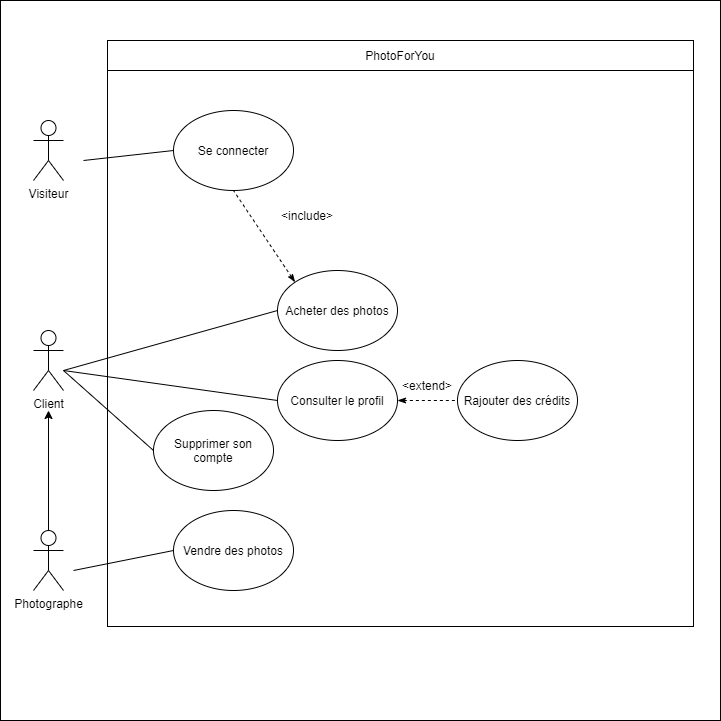
cmoynard/photoforyou keeps this draw.io diagram as images/readme/CasUtilisation.png. Above is the earlier version. Source tidied: cells renumbered, new cells last; positions are measured from the earlier drawing's top-left corner, leaving out a move shared by most shapes.
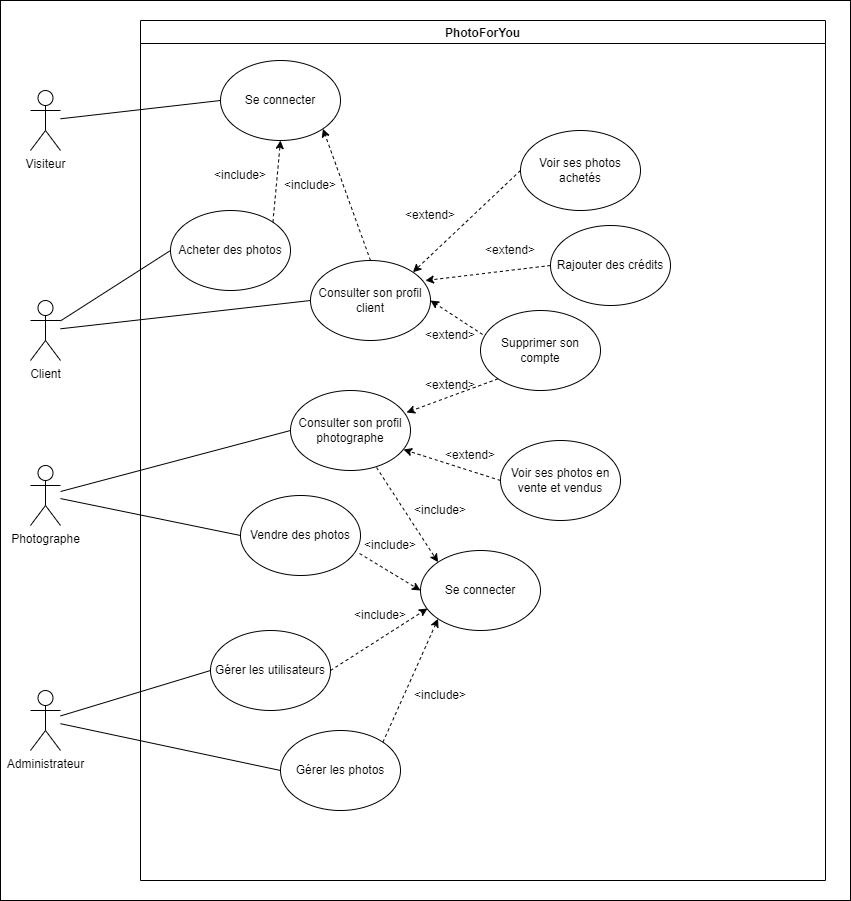
After the change.

Change to the diagram source:
```diff
@@ -1,86 +1,147 @@
 <mxGraphModel>
   <root>
-    <mxCell id="0" />
-    <mxCell id="1" parent="0" />
-    <mxCell id="2" style="whiteSpace=wrap;html=1;" parent="1" vertex="1">
-      <mxGeometry width="720" height="720" as="geometry" />
-    </mxCell>
-    <mxCell id="3" style="whiteSpace=wrap;html=1;" parent="1" vertex="1">
-      <mxGeometry x="107" y="40" width="586" height="586" as="geometry" />
-    </mxCell>
+    <mxCell id="24" />
+    <mxCell id="25" parent="24" />
+    <mxCell id="26" style="rounded=0;whiteSpace=wrap;html=1;" parent="25" vertex="1">
+      <mxGeometry x="13" y="-20" width="850" height="900" as="geometry" />
+    </mxCell>
+    <mxCell id="21" value="PhotoForYou" style="swimlane;" parent="25" vertex="1">
+      <mxGeometry x="153" width="685" height="860" as="geometry" />
+    </mxCell>
+    <mxCell id="27" value="Se connecter" style="ellipse;whiteSpace=wrap;html=1;" parent="21" vertex="1">
+      <mxGeometry x="80" y="40" width="120" height="80" as="geometry" />
+    </mxCell>
+    <mxCell id="28" value="Consulter son profil client" style="ellipse;whiteSpace=wrap;html=1;" parent="21" vertex="1">
+      <mxGeometry x="170" y="240" width="120" height="80" as="geometry" />
+    </mxCell>
+    <mxCell id="10" value="Acheter des photos" style="ellipse;whiteSpace=wrap;html=1;" parent="21" vertex="1">
+      <mxGeometry x="30" y="190" width="120" height="80" as="geometry" />
+    </mxCell>
+    <mxCell id="29" value="Voir ses photos achetés" style="ellipse;whiteSpace=wrap;html=1;" parent="21" vertex="1">
+      <mxGeometry x="380" y="110" width="120" height="80" as="geometry" />
+    </mxCell>
+    <mxCell id="12" value="Rajouter des crédits" style="ellipse;whiteSpace=wrap;html=1;" parent="21" vertex="1">
+      <mxGeometry x="410" y="205" width="120" height="80" as="geometry" />
+    </mxCell>
+    <mxCell id="30" style="endArrow=classic;dashed=1;html=1;rounded=0;endFill=1;entryX=0.5;entryY=1;entryDx=0;entryDy=0;exitX=1;exitY=0;exitDx=0;exitDy=0;" parent="21" edge="1" source="10" target="27">
+      <mxGeometry relative="1" as="geometry" />
+    </mxCell>
+    <mxCell id="31" value="&amp;lt;include&amp;gt;" style="text;html=1;strokeColor=none;fillColor=none;align=center;verticalAlign=middle;whiteSpace=wrap;rounded=0;" parent="21" vertex="1">
+      <mxGeometry x="70" y="140" width="60" height="30" as="geometry" />
+    </mxCell>
+    <mxCell id="22" value="Supprimer son compte" style="ellipse;whiteSpace=wrap;html=1;" parent="21" vertex="1">
+      <mxGeometry x="340" y="290" width="120" height="80" as="geometry" />
+    </mxCell>
+    <mxCell id="32" style="endArrow=classic;dashed=1;html=1;rounded=0;endFill=1;entryX=1;entryY=1;entryDx=0;entryDy=0;exitX=0.5;exitY=0;exitDx=0;exitDy=0;" parent="21" edge="1" source="28" target="27">
+      <mxGeometry relative="1" as="geometry" />
+    </mxCell>
+    <mxCell id="33" value="&amp;lt;include&amp;gt;" style="text;html=1;strokeColor=none;fillColor=none;align=center;verticalAlign=middle;whiteSpace=wrap;rounded=0;" parent="21" vertex="1">
+      <mxGeometry x="140" y="150" width="60" height="30" as="geometry" />
+    </mxCell>
+    <mxCell id="34" style="endArrow=classic;dashed=1;html=1;rounded=0;endFill=1;exitX=0;exitY=0.5;exitDx=0;exitDy=0;entryX=1;entryY=0;entryDx=0;entryDy=0;" parent="21" edge="1" source="29" target="28">
+      <mxGeometry relative="1" as="geometry" />
+    </mxCell>
+    <mxCell id="35" style="endArrow=classic;dashed=1;html=1;rounded=0;endFill=1;exitX=0;exitY=0.5;exitDx=0;exitDy=0;entryX=0.958;entryY=0.25;entryDx=0;entryDy=0;entryPerimeter=0;" parent="21" edge="1" source="12" target="28">
+      <mxGeometry relative="1" as="geometry" />
+    </mxCell>
+    <mxCell id="36" style="endArrow=classic;dashed=1;html=1;rounded=0;endFill=1;exitX=0.017;exitY=0.3;exitDx=0;exitDy=0;entryX=1;entryY=0.5;entryDx=0;entryDy=0;exitPerimeter=0;" parent="21" edge="1" source="22" target="28">
+      <mxGeometry relative="1" as="geometry" />
+    </mxCell>
+    <mxCell id="37" value="&amp;lt;extend&amp;gt;" style="text;html=1;strokeColor=none;fillColor=none;align=center;verticalAlign=middle;whiteSpace=wrap;rounded=0;" parent="21" vertex="1">
+      <mxGeometry x="280" y="300" width="60" height="30" as="geometry" />
+    </mxCell>
+    <mxCell id="38" value="&amp;lt;extend&amp;gt;" style="text;html=1;strokeColor=none;fillColor=none;align=center;verticalAlign=middle;whiteSpace=wrap;rounded=0;" parent="21" vertex="1">
+      <mxGeometry x="340" y="215" width="60" height="30" as="geometry" />
+    </mxCell>
+    <mxCell id="39" value="&amp;lt;extend&amp;gt;" style="text;html=1;strokeColor=none;fillColor=none;align=center;verticalAlign=middle;whiteSpace=wrap;rounded=0;" parent="21" vertex="1">
+      <mxGeometry x="260" y="180" width="60" height="30" as="geometry" />
+    </mxCell>
+    <mxCell id="40" value="Consulter son profil photographe" style="ellipse;whiteSpace=wrap;html=1;" parent="21" vertex="1">
+      <mxGeometry x="150" y="370" width="120" height="80" as="geometry" />
+    </mxCell>
+    <mxCell id="41" style="endArrow=classic;dashed=1;html=1;rounded=0;endFill=1;exitX=0;exitY=1;exitDx=0;exitDy=0;entryX=0.967;entryY=0.275;entryDx=0;entryDy=0;entryPerimeter=0;" parent="21" edge="1" source="22" target="40">
+      <mxGeometry relative="1" as="geometry" />
+    </mxCell>
+    <mxCell id="42" value="&amp;lt;extend&amp;gt;" style="text;html=1;strokeColor=none;fillColor=none;align=center;verticalAlign=middle;whiteSpace=wrap;rounded=0;" parent="21" vertex="1">
+      <mxGeometry x="280" y="350" width="60" height="30" as="geometry" />
+    </mxCell>
+    <mxCell id="43" value="Voir ses photos en vente et vendus" style="ellipse;whiteSpace=wrap;html=1;" parent="21" vertex="1">
+      <mxGeometry x="360" y="420" width="120" height="80" as="geometry" />
+    </mxCell>
+    <mxCell id="44" style="endArrow=classic;dashed=1;html=1;rounded=0;endFill=1;exitX=0;exitY=0.5;exitDx=0;exitDy=0;entryX=0.942;entryY=0.738;entryDx=0;entryDy=0;entryPerimeter=0;" parent="21" edge="1" source="43" target="40">
+      <mxGeometry relative="1" as="geometry" />
+    </mxCell>
+    <mxCell id="45" value="&amp;lt;extend&amp;gt;" style="text;html=1;strokeColor=none;fillColor=none;align=center;verticalAlign=middle;whiteSpace=wrap;rounded=0;" parent="21" vertex="1">
+      <mxGeometry x="300" y="420" width="60" height="30" as="geometry" />
+    </mxCell>
+    <mxCell id="46" value="Se connecter" style="ellipse;whiteSpace=wrap;html=1;" parent="21" vertex="1">
+      <mxGeometry x="280" y="530" width="120" height="80" as="geometry" />
+    </mxCell>
+    <mxCell id="9" value="Vendre des photos" style="ellipse;whiteSpace=wrap;html=1;" parent="21" vertex="1">
+      <mxGeometry x="100" y="475" width="120" height="80" as="geometry" />
+    </mxCell>
+    <mxCell id="47" style="endArrow=classic;dashed=1;html=1;rounded=0;endFill=1;entryX=0;entryY=0.5;entryDx=0;entryDy=0;exitX=0.992;exitY=0.725;exitDx=0;exitDy=0;exitPerimeter=0;" parent="21" edge="1" source="9" target="46">
+      <mxGeometry relative="1" as="geometry" />
+    </mxCell>
+    <mxCell id="48" style="endArrow=classic;dashed=1;html=1;rounded=0;endFill=1;entryX=0;entryY=0;entryDx=0;entryDy=0;exitX=0.717;exitY=0.963;exitDx=0;exitDy=0;exitPerimeter=0;" parent="21" edge="1" source="40" target="46">
+      <mxGeometry relative="1" as="geometry" />
+    </mxCell>
+    <mxCell id="49" value="&amp;lt;include&amp;gt;" style="text;html=1;strokeColor=none;fillColor=none;align=center;verticalAlign=middle;whiteSpace=wrap;rounded=0;" parent="21" vertex="1">
+      <mxGeometry x="270" y="475" width="60" height="30" as="geometry" />
+    </mxCell>
+    <mxCell id="50" value="&amp;lt;include&amp;gt;" style="text;html=1;strokeColor=none;fillColor=none;align=center;verticalAlign=middle;whiteSpace=wrap;rounded=0;" parent="21" vertex="1">
+      <mxGeometry x="220" y="510" width="60" height="30" as="geometry" />
+    </mxCell>
+    <mxCell id="51" value="Gérer les utilisateurs" style="ellipse;whiteSpace=wrap;html=1;" parent="21" vertex="1">
+      <mxGeometry x="70" y="610" width="120" height="80" as="geometry" />
+    </mxCell>
+    <mxCell id="52" value="Gérer les photos" style="ellipse;whiteSpace=wrap;html=1;" parent="21" vertex="1">
+      <mxGeometry x="140" y="710" width="120" height="80" as="geometry" />
+    </mxCell>
+    <mxCell id="53" style="endArrow=classic;dashed=1;html=1;rounded=0;endFill=1;entryX=0.058;entryY=0.725;entryDx=0;entryDy=0;exitX=1;exitY=0.5;exitDx=0;exitDy=0;entryPerimeter=0;" parent="21" edge="1" source="51" target="46">
+      <mxGeometry relative="1" as="geometry" />
+    </mxCell>
+    <mxCell id="54" style="endArrow=classic;dashed=1;html=1;rounded=0;endFill=1;entryX=0;entryY=1;entryDx=0;entryDy=0;exitX=1;exitY=0;exitDx=0;exitDy=0;" parent="21" edge="1" source="52" target="46">
+      <mxGeometry relative="1" as="geometry" />
+    </mxCell>
+    <mxCell id="55" value="&amp;lt;include&amp;gt;" style="text;html=1;strokeColor=none;fillColor=none;align=center;verticalAlign=middle;whiteSpace=wrap;rounded=0;" parent="21" vertex="1">
+      <mxGeometry x="210" y="580" width="60" height="30" as="geometry" />
+    </mxCell>
+    <mxCell id="56" value="&amp;lt;include&amp;gt;" style="text;html=1;strokeColor=none;fillColor=none;align=center;verticalAlign=middle;whiteSpace=wrap;rounded=0;" parent="21" vertex="1">
+      <mxGeometry x="270" y="660" width="60" height="30" as="geometry" />
+    </mxCell>
-    <mxCell id="4" value="Visiteur" style="shape=umlActor;verticalLabelPosition=bottom;verticalAlign=top;html=1;outlineConnect=0;" parent="1" vertex="1">
-      <mxGeometry x="33" y="120" width="30" height="60" as="geometry" />
+    <mxCell id="4" value="Visiteur" style="shape=umlActor;verticalLabelPosition=bottom;verticalAlign=top;html=1;outlineConnect=0;" parent="25" vertex="1">
+      <mxGeometry x="43" y="70" width="30" height="60" as="geometry" />
     </mxCell>
-    <mxCell id="5" value="Se connecter" style="ellipse;whiteSpace=wrap;html=1;" parent="1" vertex="1">
-      <mxGeometry x="173" y="110" width="120" height="80" as="geometry" />
-    </mxCell>
-    <mxCell id="6" value="Client" style="shape=umlActor;verticalLabelPosition=bottom;verticalAlign=top;html=1;outlineConnect=0;" parent="1" vertex="1">
-      <mxGeometry x="33" y="330" width="30" height="60" as="geometry" />
+    <mxCell id="6" value="Client" style="shape=umlActor;verticalLabelPosition=bottom;verticalAlign=top;html=1;outlineConnect=0;" parent="25" vertex="1">
+      <mxGeometry x="43" y="280" width="30" height="60" as="geometry" />
     </mxCell>
-    <mxCell id="7" value="Photographe" style="shape=umlActor;verticalLabelPosition=bottom;verticalAlign=top;html=1;outlineConnect=0;" parent="1" vertex="1">
-      <mxGeometry x="33" y="530" width="30" height="60" as="geometry" />
+    <mxCell id="7" value="Photographe" style="shape=umlActor;verticalLabelPosition=bottom;verticalAlign=top;html=1;outlineConnect=0;" parent="25" vertex="1">
+      <mxGeometry x="43" y="445" width="30" height="60" as="geometry" />
     </mxCell>
-    <mxCell id="8" style="endArrow=classic;html=1;rounded=0;exitX=0.5;exitY=0;exitDx=0;exitDy=0;exitPerimeter=0;" parent="1" edge="1" source="7">
-      <mxGeometry relative="1" as="geometry">
-        <mxPoint x="48" y="410" as="targetPoint" />
-      </mxGeometry>
-    </mxCell>
-    <mxCell id="9" value="Vendre des photos" style="ellipse;whiteSpace=wrap;html=1;" parent="1" vertex="1">
-      <mxGeometry x="173" y="510" width="120" height="80" as="geometry" />
-    </mxCell>
-    <mxCell id="10" value="Acheter des photos" style="ellipse;whiteSpace=wrap;html=1;" parent="1" vertex="1">
-      <mxGeometry x="277" y="270" width="120" height="80" as="geometry" />
-    </mxCell>
-    <mxCell id="11" value="Consulter le profil" style="ellipse;whiteSpace=wrap;html=1;" parent="1" vertex="1">
-      <mxGeometry x="277" y="360" width="120" height="80" as="geometry" />
-    </mxCell>
-    <mxCell id="12" value="Rajouter des crédits" style="ellipse;whiteSpace=wrap;html=1;" parent="1" vertex="1">
-      <mxGeometry x="457" y="360" width="120" height="80" as="geometry" />
-    </mxCell>
-    <mxCell id="13" style="endArrow=none;dashed=1;html=1;rounded=0;exitX=0;exitY=0;exitDx=0;exitDy=0;startArrow=classicThin;startFill=1;" parent="1" edge="1" source="10">
-      <mxGeometry relative="1" as="geometry">
-        <mxPoint x="233" y="190" as="targetPoint" />
-      </mxGeometry>
-    </mxCell>
-    <mxCell id="14" value="&amp;lt;include&amp;gt;" style="text;html=1;strokeColor=none;fillColor=none;align=center;verticalAlign=middle;whiteSpace=wrap;rounded=0;" parent="1" vertex="1">
-      <mxGeometry x="277" y="200" width="60" height="30" as="geometry" />
-    </mxCell>
-    <mxCell id="15" style="endArrow=none;dashed=1;html=1;rounded=0;exitX=1;exitY=0.5;exitDx=0;exitDy=0;startArrow=classicThin;startFill=1;entryX=0;entryY=0.5;entryDx=0;entryDy=0;" parent="1" edge="1" source="11" target="12">
-      <mxGeometry relative="1" as="geometry" />
-    </mxCell>
-    <mxCell id="16" value="&amp;lt;extend&amp;gt;" style="text;html=1;strokeColor=none;fillColor=none;align=center;verticalAlign=middle;whiteSpace=wrap;rounded=0;" parent="1" vertex="1">
-      <mxGeometry x="397" y="370" width="60" height="30" as="geometry" />
-    </mxCell>
-    <mxCell id="17" style="endArrow=none;html=1;rounded=0;entryX=0;entryY=0.5;entryDx=0;entryDy=0;" parent="1" edge="1" target="11">
-      <mxGeometry relative="1" as="geometry">
-        <mxPoint x="63" y="370" as="sourcePoint" />
-      </mxGeometry>
-    </mxCell>
-    <mxCell id="18" style="endArrow=none;html=1;rounded=0;entryX=0;entryY=0.5;entryDx=0;entryDy=0;" parent="1" edge="1" target="10">
-      <mxGeometry relative="1" as="geometry">
-        <mxPoint x="63" y="370" as="sourcePoint" />
-      </mxGeometry>
-    </mxCell>
-    <mxCell id="19" style="endArrow=none;html=1;rounded=0;entryX=0;entryY=0.5;entryDx=0;entryDy=0;" parent="1" edge="1" target="9">
-      <mxGeometry relative="1" as="geometry">
-        <mxPoint x="73" y="570" as="sourcePoint" />
-      </mxGeometry>
-    </mxCell>
-    <mxCell id="20" style="endArrow=none;html=1;rounded=0;entryX=0;entryY=0.5;entryDx=0;entryDy=0;" parent="1" edge="1" target="5">
-      <mxGeometry relative="1" as="geometry">
-        <mxPoint x="83" y="160" as="sourcePoint" />
-      </mxGeometry>
-    </mxCell>
-    <mxCell id="21" value="PhotoForYou" style="rounded=0;whiteSpace=wrap;html=1;" parent="1" vertex="1">
-      <mxGeometry x="107" y="40" width="586" height="30" as="geometry" />
-    </mxCell>
-    <mxCell id="22" value="Supprimer son compte" style="ellipse;whiteSpace=wrap;html=1;" parent="1" vertex="1">
-      <mxGeometry x="153" y="410" width="120" height="80" as="geometry" />
-    </mxCell>
-    <mxCell id="23" style="endArrow=none;html=1;rounded=0;entryX=0;entryY=0.5;entryDx=0;entryDy=0;" parent="1" edge="1" target="22">
-      <mxGeometry relative="1" as="geometry">
-        <mxPoint x="63" y="370" as="sourcePoint" />
-      </mxGeometry>
-    </mxCell>
+    <mxCell id="57" style="endArrow=none;html=1;rounded=0;entryX=0;entryY=0.5;entryDx=0;entryDy=0;" parent="25" edge="1" source="6" target="10">
+      <mxGeometry relative="1" as="geometry" />
+    </mxCell>
+    <mxCell id="58" style="endArrow=none;html=1;rounded=0;entryX=0;entryY=0.5;entryDx=0;entryDy=0;" parent="25" edge="1" source="4" target="27">
+      <mxGeometry relative="1" as="geometry" />
+    </mxCell>
+    <mxCell id="59" style="endArrow=none;html=1;rounded=0;entryX=0;entryY=0.5;entryDx=0;entryDy=0;" parent="25" edge="1" source="6" target="28">
+      <mxGeometry relative="1" as="geometry" />
+    </mxCell>
+    <mxCell id="60" style="endArrow=none;html=1;rounded=0;entryX=0;entryY=0.5;entryDx=0;entryDy=0;" parent="25" edge="1" source="7" target="40">
+      <mxGeometry relative="1" as="geometry" />
+    </mxCell>
+    <mxCell id="61" style="endArrow=none;html=1;rounded=0;entryX=0;entryY=0.5;entryDx=0;entryDy=0;" parent="25" edge="1" source="7" target="9">
+      <mxGeometry relative="1" as="geometry" />
+    </mxCell>
+    <mxCell id="62" value="Administrateur" style="shape=umlActor;verticalLabelPosition=bottom;verticalAlign=top;html=1;outlineConnect=0;" parent="25" vertex="1">
+      <mxGeometry x="43" y="670" width="30" height="60" as="geometry" />
+    </mxCell>
+    <mxCell id="63" style="endArrow=none;html=1;rounded=0;entryX=0;entryY=0.5;entryDx=0;entryDy=0;" parent="25" edge="1" source="62" target="51">
+      <mxGeometry relative="1" as="geometry" />
+    </mxCell>
+    <mxCell id="64" style="endArrow=none;html=1;rounded=0;entryX=0;entryY=0.5;entryDx=0;entryDy=0;" parent="25" edge="1" source="62" target="52">
+      <mxGeometry relative="1" as="geometry" />
+    </mxCell>
   </root>
 </mxGraphModel>
```
